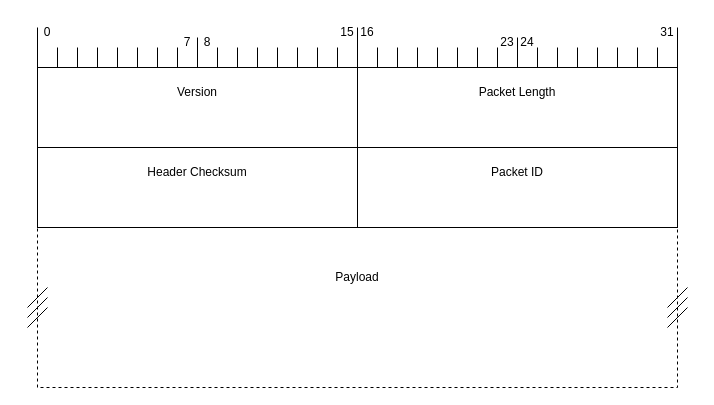
This is spec/assets/packet-diagram.drawio from threadexio/channels-rs, a draw.io file, before an edit. Source tidied: cells renumbered, new cells numbered last; positions are measured from the earlier drawing's top-left corner, leaving out a move shared by most shapes. Both pictures are drawn from the tidied source at 100%, with x=0, y=0 at pixel (17, 17).
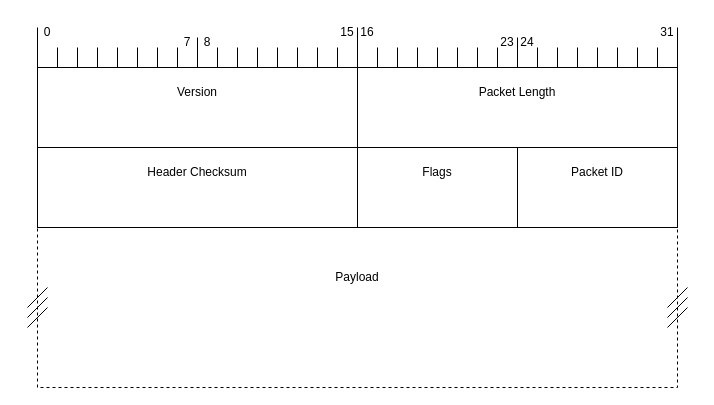
The same diagram, later.

What changed in the source:
```diff
@@
     <mxCell id="63" style="group;" parent="1" vertex="1">
-      <mxGeometry x="340" y="130" width="320" height="80" as="geometry" />
+      <mxGeometry x="500" y="130" width="160" height="80" as="geometry" />
     </mxCell>
     <mxCell id="64" style="rounded=0;whiteSpace=wrap;html=1;" parent="63" vertex="1">
-      <mxGeometry width="320" height="80" as="geometry" />
+      <mxGeometry width="160" height="80" as="geometry" />
     </mxCell>
     <mxCell id="65" value="Packet ID" style="text;html=1;strokeColor=none;fillColor=none;align=center;verticalAlign=middle;whiteSpace=wrap;rounded=0;" parent="63" vertex="1">
-      <mxGeometry y="10" width="320" height="30" as="geometry" />
+      <mxGeometry y="10" width="160" height="30" as="geometry" />
     </mxCell>
@@
+    <mxCell id="67" style="group;" parent="1" vertex="1">
+      <mxGeometry x="340" y="130" width="160" height="80" as="geometry" />
+    </mxCell>
+    <mxCell id="68" style="rounded=0;whiteSpace=wrap;html=1;" parent="67" vertex="1">
+      <mxGeometry width="160" height="80" as="geometry" />
+    </mxCell>
+    <mxCell id="69" value="Flags" style="text;html=1;strokeColor=none;fillColor=none;align=center;verticalAlign=middle;whiteSpace=wrap;rounded=0;" parent="67" vertex="1">
+      <mxGeometry y="10" width="160" height="30" as="geometry" />
+    </mxCell>
```
